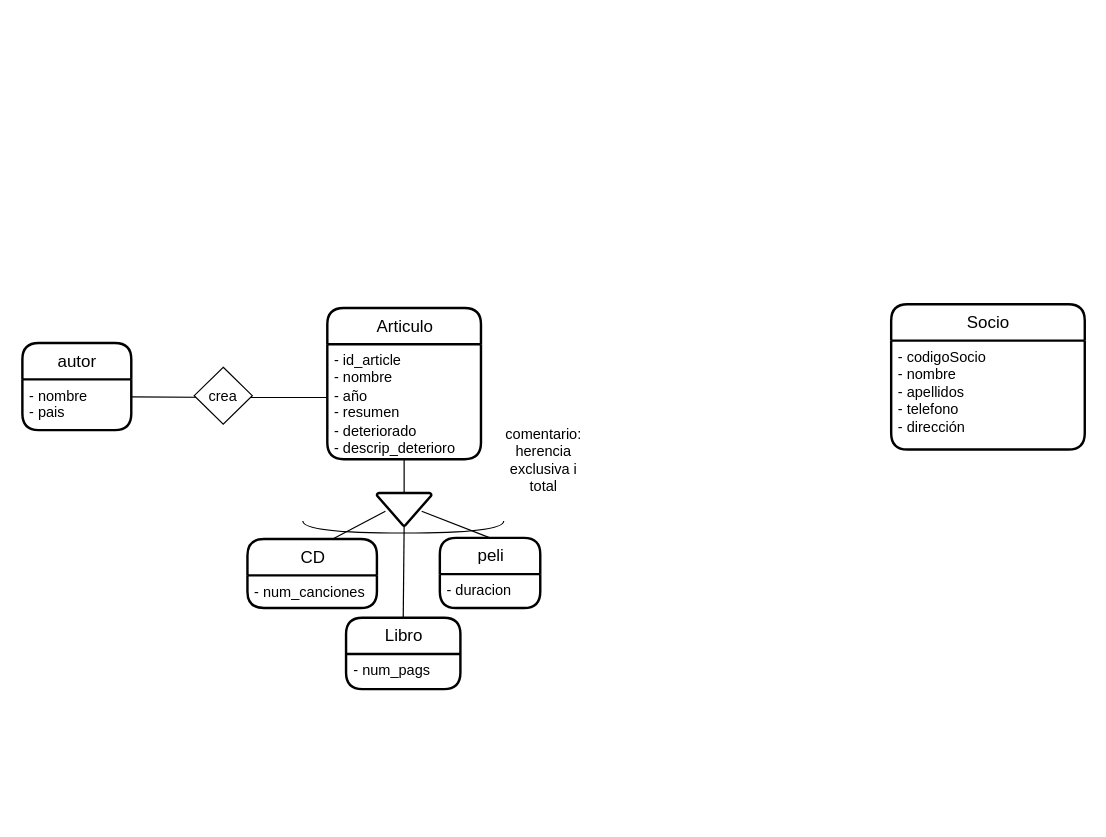
Before: ex06.drawio in JuanMarinG/TA12_MYSQL, a draw.io diagram. Source tidied: cells renumbered, new cells numbered last; positions are measured from the earlier drawing's top-left corner, leaving out a move shared by most shapes. Both pictures are drawn from the tidied source at 121%, with x=0, y=0 at pixel (22, 304).
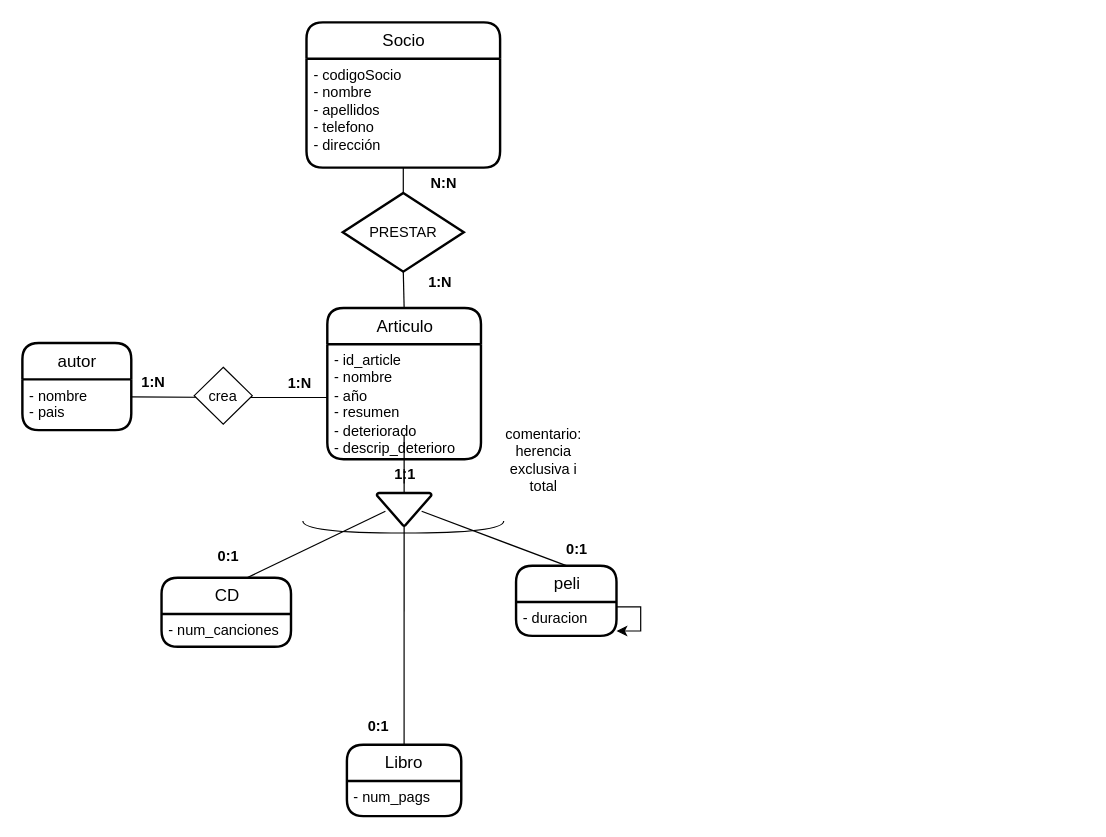
After the change.

Commit message:
Relacion Prestar y Cardinalidades

Unchanged cells that the change refers to:
```xml
<mxCell id="3" value="- codigoSocio&lt;br&gt;- nombre&lt;br&gt;- apellidos&lt;br&gt;- telefono&lt;br&gt;- dirección" style="align=left;strokeColor=none;fillColor=none;spacingLeft=4;fontSize=12;verticalAlign=top;html=1;" parent="2" vertex="1">
  <mxGeometry y="30" width="160" height="90" as="geometry" />
</mxCell>
<mxCell id="4" value="Articulo" style="swimlane;horizontal=1;startSize=30;rounded=1;fontSize=14;fontStyle=0;strokeWidth=2;shadow=0;dashed=0;align=center;html=1;" parent="1" vertex="1">
  <mxGeometry x="252" y="3" width="127" height="125" as="geometry" />
</mxCell>
<mxCell id="5" value="&lt;div&gt;- id_article&lt;/div&gt;&lt;div&gt;- nombre&lt;/div&gt;&lt;div&gt;- año&lt;/div&gt;&lt;div&gt;- resumen&lt;br&gt;&lt;/div&gt;&lt;div&gt;- deteriorado&lt;/div&gt;&lt;div&gt;- descrip_deterioro&lt;br&gt;&lt;/div&gt;&lt;div&gt;&lt;br&gt;&lt;/div&gt;" style="align=left;strokeColor=none;fillColor=none;spacingLeft=4;fontSize=12;verticalAlign=top;html=1;" parent="4" vertex="1">
  <mxGeometry y="30" width="127" height="95" as="geometry" />
</mxCell>
<mxCell id="7" style="strokeWidth=2;html=1;shape=mxgraph.flowchart.merge_or_storage;whiteSpace=wrap;fontSize=12;" parent="1" vertex="1">
  <mxGeometry x="293" y="156" width="45" height="27" as="geometry" />
</mxCell>
<mxCell id="15" value="- duracion" style="align=left;strokeColor=none;fillColor=none;spacingLeft=4;fontSize=12;verticalAlign=top;html=1;" parent="14" vertex="1">
  <mxGeometry y="30" width="83" height="28" as="geometry" />
</mxCell>
```

Diff of the diagram source:
```diff
@@
     <mxCell id="2" value="Socio" style="swimlane;horizontal=1;startSize=30;rounded=1;fontSize=14;fontStyle=0;strokeWidth=2;shadow=0;dashed=0;align=center;html=1;" parent="1" vertex="1">
-      <mxGeometry x="718" width="160" height="120" as="geometry" />
+      <mxGeometry x="234.8" y="-233" width="160" height="120" as="geometry" />
     </mxCell>
@@
-    <mxCell id="6" style="edgeStyle=orthogonalEdgeStyle;rounded=0;jettySize=auto;html=1;fontSize=12;endArrow=none;endFill=0;entryX=0.5;entryY=0;entryDx=0;entryDy=0;entryPerimeter=0;" parent="1" edge="1" source="5" target="7">
+    <mxCell id="6" style="edgeStyle=orthogonalEdgeStyle;rounded=0;jettySize=auto;html=1;fontSize=12;endArrow=none;endFill=0;entryX=0.5;entryY=0;entryDx=0;entryDy=0;entryPerimeter=0;startArrow=none;" parent="1" edge="1" source="34" target="7">
       <mxGeometry relative="1" as="geometry" />
     </mxCell>
@@
     <mxCell id="9" value="CD" style="swimlane;horizontal=1;startSize=30;rounded=1;fontSize=14;fontStyle=0;strokeWidth=2;shadow=0;dashed=0;align=center;html=1;" parent="1" vertex="1">
-      <mxGeometry x="186" y="194" width="107" height="57" as="geometry" />
+      <mxGeometry x="115" y="226" width="107" height="57" as="geometry" />
     </mxCell>
@@
     <mxCell id="12" value="Libro" style="swimlane;horizontal=1;startSize=30;rounded=1;fontSize=14;fontStyle=0;strokeWidth=2;shadow=0;dashed=0;align=center;html=1;" parent="1" vertex="1">
-      <mxGeometry x="267.5" y="259" width="94.5" height="59" as="geometry" />
+      <mxGeometry x="268.2" y="364" width="94.5" height="59" as="geometry" />
     </mxCell>
@@
     <mxCell id="14" value="peli" style="swimlane;horizontal=1;startSize=30;rounded=1;fontSize=14;fontStyle=0;strokeWidth=2;shadow=0;dashed=0;align=center;html=1;" parent="1" vertex="1">
-      <mxGeometry x="345" y="193" width="83" height="58" as="geometry" />
+      <mxGeometry x="408" y="216" width="83" height="58" as="geometry" />
     </mxCell>
@@
+    <mxCell id="23" style="edgeStyle=orthogonalEdgeStyle;rounded=0;orthogonalLoop=1;jettySize=auto;html=1;" parent="14" edge="1" source="15" target="15">
+      <mxGeometry relative="1" as="geometry" />
+    </mxCell>
@@
+    <mxCell id="24" value="PRESTAR" style="strokeWidth=2;html=1;shape=mxgraph.flowchart.decision;whiteSpace=wrap;" parent="1" vertex="1">
+      <mxGeometry x="264.8" y="-92" width="100" height="65" as="geometry" />
+    </mxCell>
+    <mxCell id="25" style="endArrow=none;html=1;rounded=0;entryX=0.5;entryY=1;entryDx=0;entryDy=0;exitX=0.5;exitY=0;exitDx=0;exitDy=0;exitPerimeter=0;" parent="1" edge="1" source="24" target="3">
+      <mxGeometry relative="1" as="geometry" />
+    </mxCell>
+    <mxCell id="26" style="endArrow=none;html=1;rounded=0;entryX=0.5;entryY=1;entryDx=0;entryDy=0;entryPerimeter=0;exitX=0.5;exitY=0;exitDx=0;exitDy=0;" parent="1" edge="1" source="4" target="24">
+      <mxGeometry relative="1" as="geometry" />
+    </mxCell>
+    <mxCell id="27" value="&lt;b&gt;1:N&lt;/b&gt;" style="text;html=1;align=center;verticalAlign=middle;strokeColor=none;fillColor=none;" parent="1" vertex="1">
+      <mxGeometry x="326.8" y="-31" width="36" height="26" as="geometry" />
+    </mxCell>
+    <mxCell id="28" value="&lt;b&gt;N:N&lt;/b&gt;" style="text;html=1;align=center;verticalAlign=middle;strokeColor=none;fillColor=none;" parent="1" vertex="1">
+      <mxGeometry x="329" y="-113" width="37" height="26" as="geometry" />
+    </mxCell>
+    <mxCell id="29" value="&lt;b&gt;1:N&lt;/b&gt;" style="text;html=1;align=center;verticalAlign=middle;strokeColor=none;fillColor=none;" parent="1" vertex="1">
+      <mxGeometry x="211" y="52.5" width="36" height="26" as="geometry" />
+    </mxCell>
+    <mxCell id="30" value="&lt;b&gt;1:N&lt;/b&gt;" style="text;html=1;align=center;verticalAlign=middle;strokeColor=none;fillColor=none;" parent="1" vertex="1">
+      <mxGeometry x="90" y="52" width="36" height="26" as="geometry" />
+    </mxCell>
+    <mxCell id="31" value="&lt;b&gt;0:1&lt;/b&gt;" style="text;html=1;align=center;verticalAlign=middle;strokeColor=none;fillColor=none;" parent="1" vertex="1">
+      <mxGeometry x="152" y="196" width="35" height="26" as="geometry" />
+    </mxCell>
+    <mxCell id="32" value="&lt;b&gt;0:1&lt;/b&gt;" style="text;html=1;align=center;verticalAlign=middle;strokeColor=none;fillColor=none;" parent="1" vertex="1">
+      <mxGeometry x="276" y="336" width="35" height="26" as="geometry" />
+    </mxCell>
+    <mxCell id="33" value="&lt;b&gt;0:1&lt;/b&gt;" style="text;html=1;align=center;verticalAlign=middle;strokeColor=none;fillColor=none;" parent="1" vertex="1">
+      <mxGeometry x="440" y="190" width="35" height="26" as="geometry" />
+    </mxCell>
+    <mxCell id="34" value="&lt;b&gt;1:1&lt;/b&gt;" style="text;html=1;align=center;verticalAlign=middle;points=[];strokeColor=none;fillColor=none;" parent="1" vertex="1">
+      <mxGeometry x="298" y="128" width="35" height="26" as="geometry" />
+    </mxCell>
+    <mxCell id="35" style="edgeStyle=orthogonalEdgeStyle;rounded=0;jettySize=auto;html=1;fontSize=12;endArrow=none;endFill=0;entryX=0.5;entryY=0;entryDx=0;entryDy=0;entryPerimeter=0;" parent="1" edge="1" source="5" target="34">
+      <mxGeometry relative="1" as="geometry" />
+    </mxCell>
```
